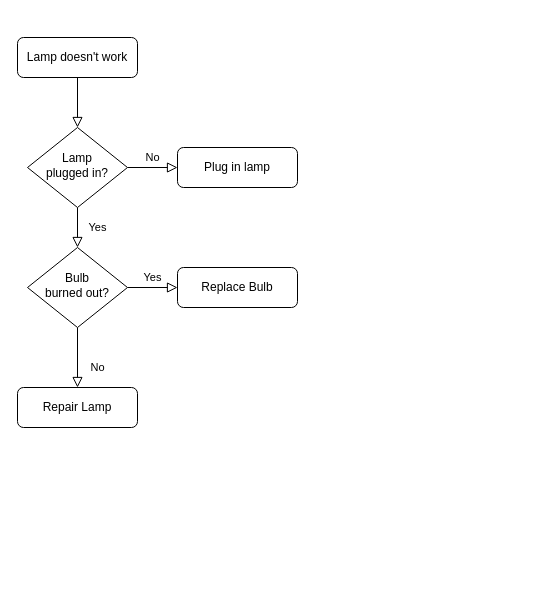
Above: 15-12-2022_3.soru.drawio in smhcbr/flowcharts (draw.io), before the change. Source tidied: cells renumbered, new cells numbered last; positions are measured from the earlier drawing's top-left corner, leaving out a move shared by most shapes. Both pictures are drawn from the tidied source at 100%, with x=0, y=0 at pixel (17, 37).
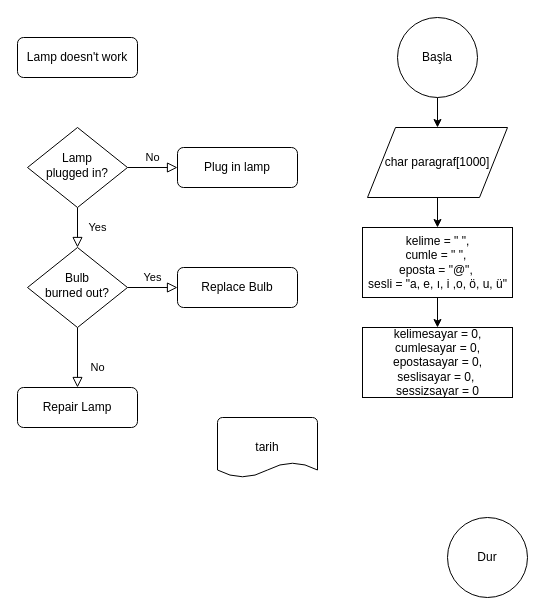
The same page after the edit.

The change refers to these unchanged cells:
```xml
<mxCell id="3" value="Lamp doesn't work" style="rounded=1;whiteSpace=wrap;html=1;fontSize=12;glass=0;strokeWidth=1;shadow=0;" parent="1" vertex="1">
  <mxGeometry width="120" height="40" as="geometry" />
</mxCell>
<mxCell id="6" value="Lamp&lt;br&gt;plugged in?" style="rhombus;whiteSpace=wrap;html=1;shadow=0;fontFamily=Helvetica;fontSize=12;align=center;strokeWidth=1;spacing=6;spacingTop=-4;" parent="1" vertex="1">
  <mxGeometry x="10" y="90" width="100" height="80" as="geometry" />
</mxCell>
```

Change to the diagram source:
```diff
@@
-    <mxCell id="2" style="rounded=0;html=1;jettySize=auto;fontSize=11;endArrow=block;endFill=0;endSize=8;strokeWidth=1;shadow=0;labelBackgroundColor=none;edgeStyle=orthogonalEdgeStyle;" parent="1" edge="1" source="3" target="6">
-      <mxGeometry relative="1" as="geometry" />
-    </mxCell>
@@
+    <mxCell id="13" style="edgeStyle=orthogonalEdgeStyle;rounded=0;jettySize=auto;html=1;exitX=0.5;exitY=1;exitDx=0;exitDy=0;exitPerimeter=0;entryX=0.5;entryY=0;entryDx=0;entryDy=0;" parent="1" edge="1" source="14" target="18">
+      <mxGeometry relative="1" as="geometry" />
+    </mxCell>
+    <mxCell id="14" value="Başla" style="strokeWidth=1;html=1;shape=mxgraph.flowchart.start_2;whiteSpace=wrap;strokeColor=default;" parent="1" vertex="1">
+      <mxGeometry x="380" y="-20" width="80" height="80" as="geometry" />
+    </mxCell>
+    <mxCell id="15" value="Dur" style="strokeWidth=1;html=1;shape=mxgraph.flowchart.start_2;whiteSpace=wrap;strokeColor=default;" parent="1" vertex="1">
+      <mxGeometry x="430" y="480" width="80" height="80" as="geometry" />
+    </mxCell>
+    <mxCell id="16" value="tarih" style="strokeWidth=1;html=1;shape=mxgraph.flowchart.document2;whiteSpace=wrap;size=0.25;" parent="1" vertex="1">
+      <mxGeometry x="200" y="380" width="100" height="60" as="geometry" />
+    </mxCell>
+    <mxCell id="17" style="edgeStyle=orthogonalEdgeStyle;rounded=0;jettySize=auto;html=1;entryX=0.5;entryY=0;entryDx=0;entryDy=0;" parent="1" edge="1" source="18" target="20">
+      <mxGeometry relative="1" as="geometry" />
+    </mxCell>
+    <mxCell id="18" value="char paragraf[1000]" style="shape=parallelogram;perimeter=parallelogramPerimeter;whiteSpace=wrap;html=1;dashed=0;strokeWidth=1;" parent="1" vertex="1">
+      <mxGeometry x="350" y="90" width="140" height="70" as="geometry" />
+    </mxCell>
+    <mxCell id="19" style="edgeStyle=orthogonalEdgeStyle;rounded=0;jettySize=auto;html=1;" parent="1" edge="1" source="20" target="21">
+      <mxGeometry relative="1" as="geometry" />
+    </mxCell>
+    <mxCell id="20" value="kelime = &quot; &quot;, &lt;br&gt;cumle = &quot; &quot;,&amp;nbsp;&lt;br&gt;eposta = &quot;@&quot;,&amp;nbsp;&lt;br&gt;sesli = &quot;a, e, ı, i ,o, ö, u, ü&quot;" style="html=1;dashed=0;whitespace=wrap;strokeWidth=1;" parent="1" vertex="1">
+      <mxGeometry x="345" y="190" width="150" height="70" as="geometry" />
+    </mxCell>
+    <mxCell id="21" value="kelimesayar = 0,&lt;br&gt;cumlesayar = 0,&lt;br&gt;epostasayar = 0,&lt;br&gt;seslisayar = 0,&amp;nbsp;&lt;br&gt;sessizsayar = 0" style="html=1;dashed=0;whitespace=wrap;strokeWidth=1;" parent="1" vertex="1">
+      <mxGeometry x="345" y="290" width="150" height="70" as="geometry" />
+    </mxCell>
```
